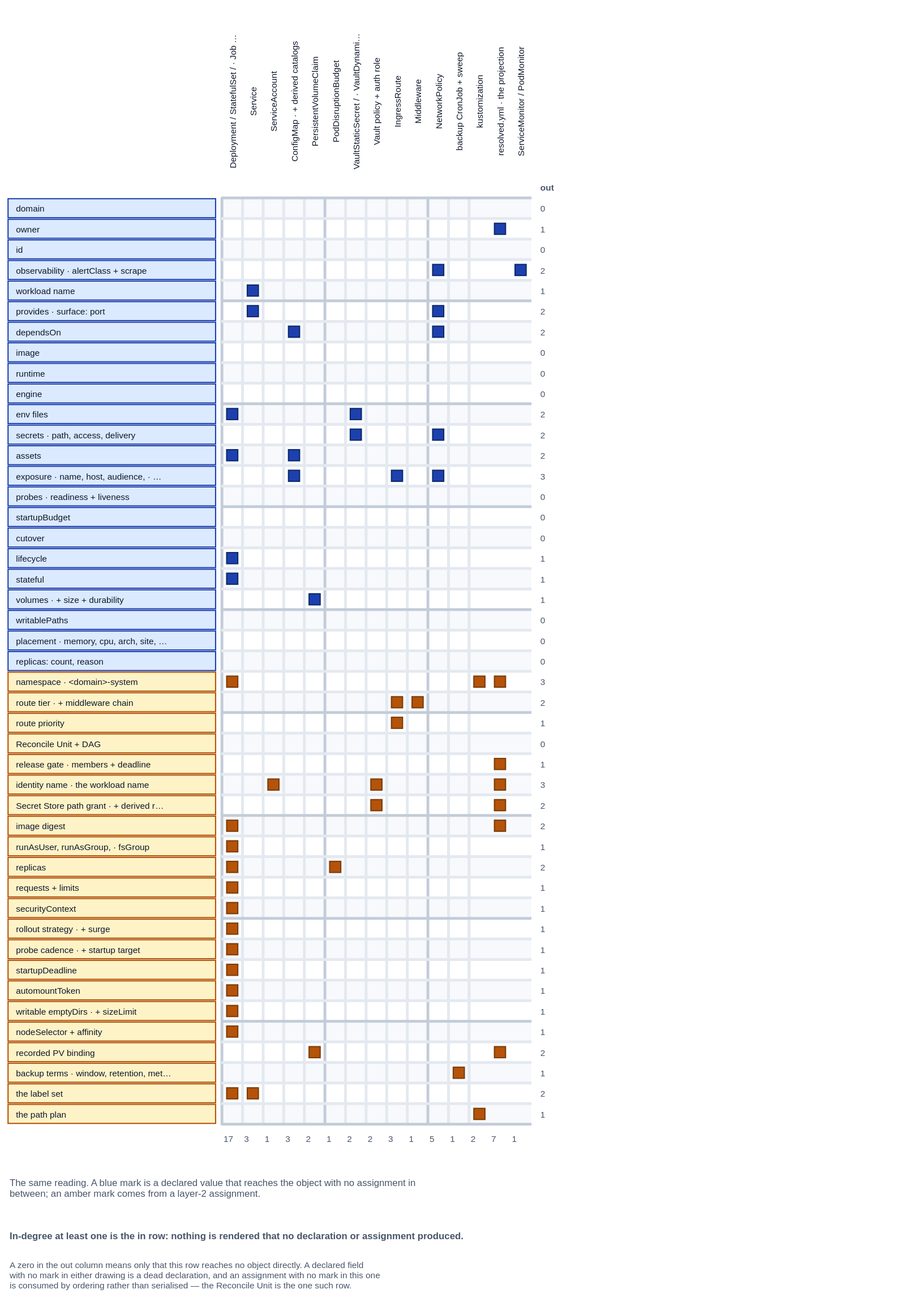
Above: spec/v1/diagrams/16-derivation-map-deliverables.drawio.svg in JorisJonkers-dev/deploy-kit (draw.io), before the change. Source tidied: cells renumbered, new cells last; positions are measured from the earlier drawing's top-left corner, leaving out a move shared by most shapes.
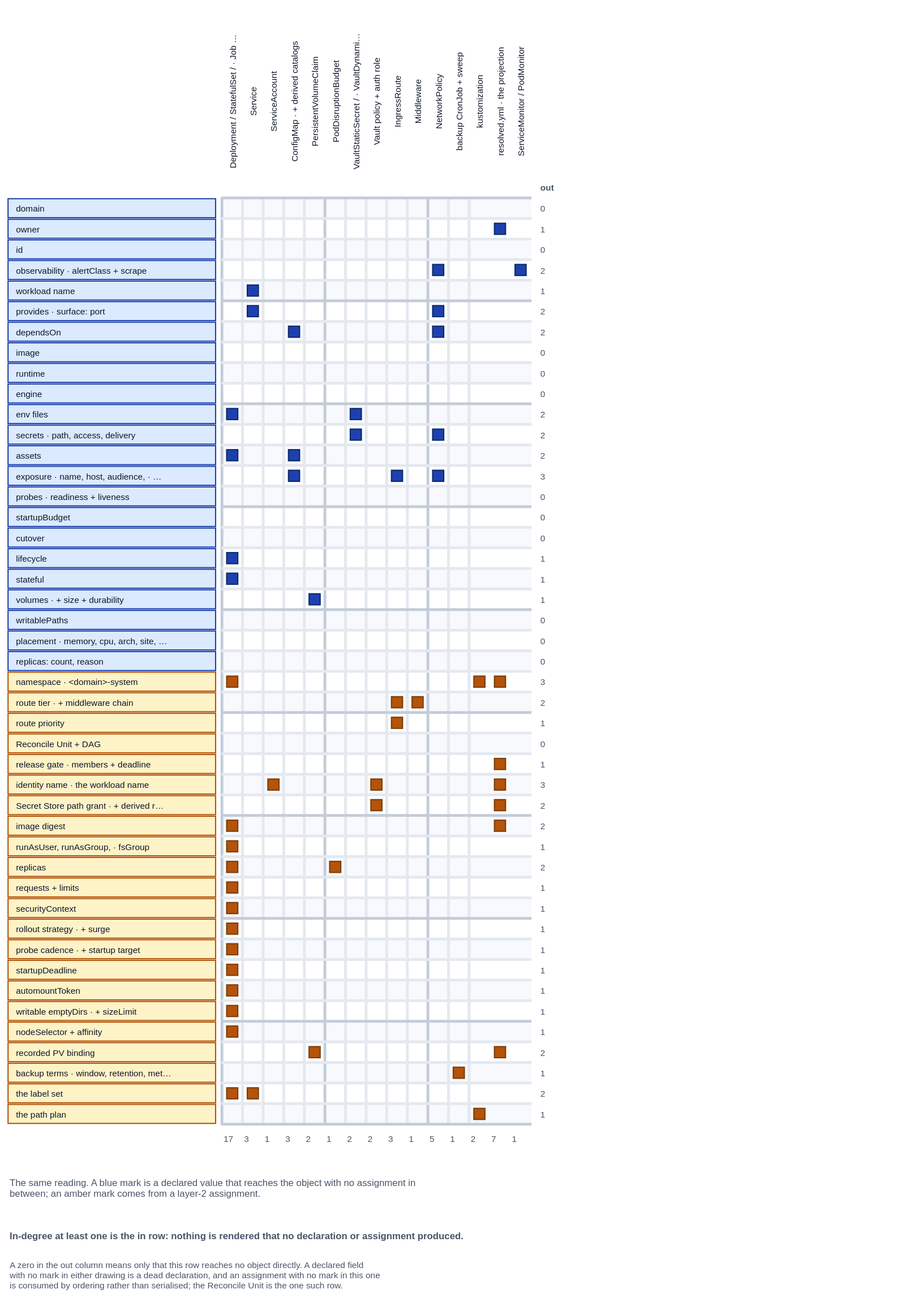
After the change.

What changed in the source:
```diff
@@ -833,7 +833,7 @@
     <mxCell id="278" value="In-degree at least one is the in row: nothing is rendered that no declaration or assignment produced." style="text;html=0;strokeColor=none;fillColor=none;align=left;verticalAlign=middle;fontFamily=Helvetica;fontSize=12;fontColor=#475569;fontStyle=1;" parent="1" vertex="1">
       <mxGeometry y="1540" width="1100" height="20" as="geometry" />
     </mxCell>
-    <mxCell id="279" value="A zero in the out column means only that this row reaches no object directly. A declared field&#10;with no mark in either drawing is a dead declaration, and an assignment with no mark in this one&#10;is consumed by ordering rather than serialised — the Reconcile Unit is the one such row." style="text;html=0;strokeColor=none;fillColor=none;align=left;verticalAlign=middle;fontFamily=Helvetica;fontSize=11;fontColor=#475569;" parent="1" vertex="1">
+    <mxCell id="279" value="A zero in the out column means only that this row reaches no object directly. A declared field&#10;with no mark in either drawing is a dead declaration, and an assignment with no mark in this one&#10;is consumed by ordering rather than serialised; the Reconcile Unit is the one such row." style="text;html=0;strokeColor=none;fillColor=none;align=left;verticalAlign=middle;fontFamily=Helvetica;fontSize=11;fontColor=#475569;" parent="1" vertex="1">
       <mxGeometry y="1570" width="1100" height="60" as="geometry" />
     </mxCell>
     <mxCell id="280" value="ServiceMonitor / PodMonitor" style="horizontal=0;rounded=0;whiteSpace=nowrap;html=0;align=center;verticalAlign=middle;fillColor=none;strokeColor=none;strokeWidth=1.5;fontFamily=Helvetica;fontSize=11;fontColor=#0f172a;" parent="1" vertex="1">
```
